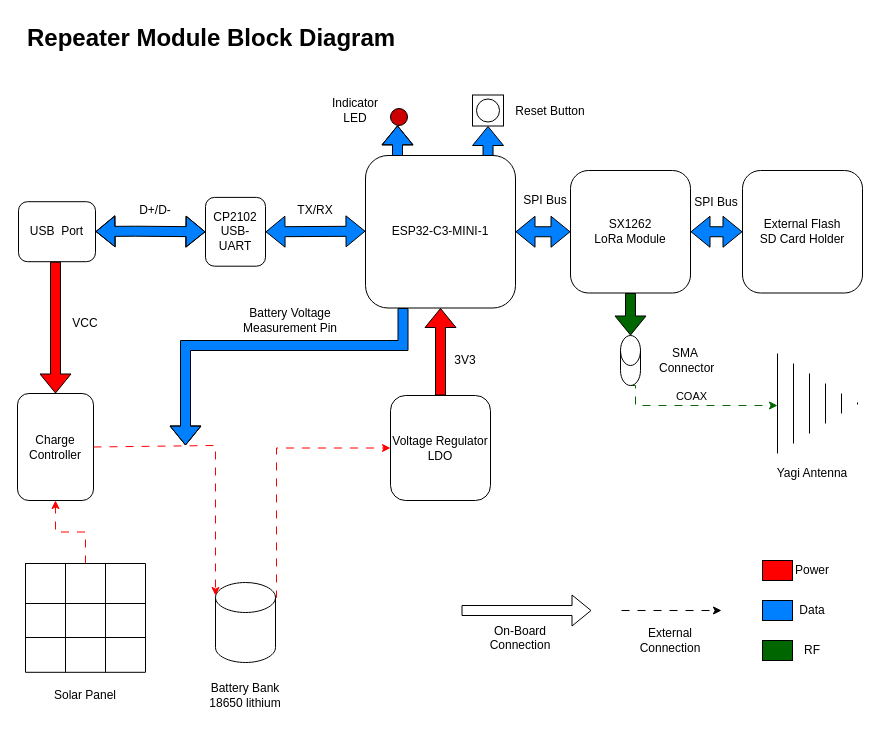
This is PCB References/RepeaterModuleBlock.drawio from flora-comms/flora-hardware, a draw.io file, before an edit. Source tidied: cells renumbered, new cells numbered last; positions are measured from the earlier drawing's top-left corner, leaving out a move shared by most shapes. Both pictures are drawn from the tidied source at 100%, with x=0, y=0 at pixel (17, 17).
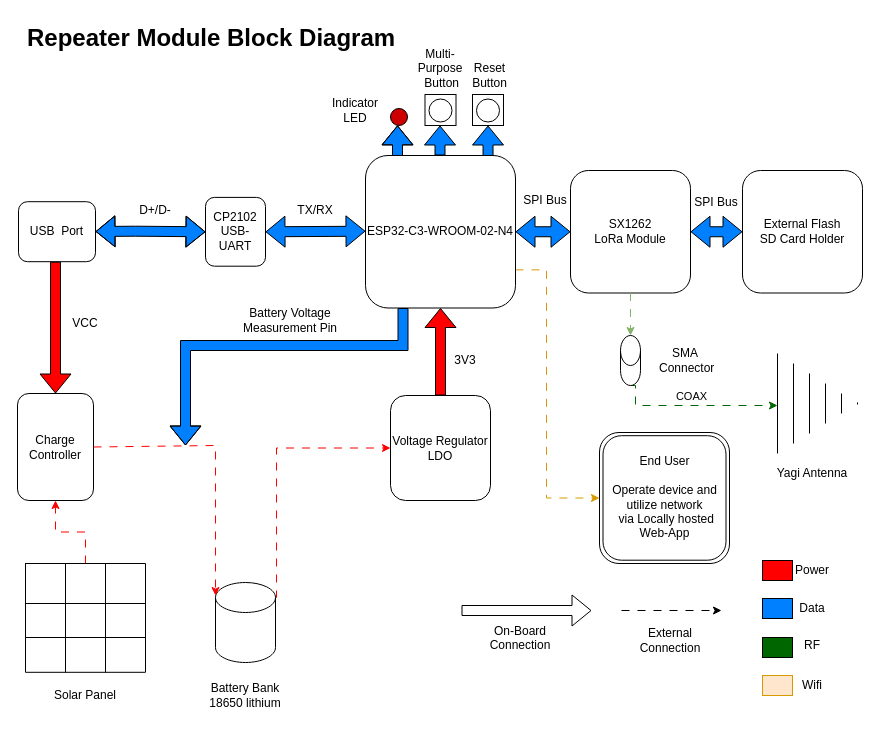
After the change.

Unchanged cells that the change refers to:
```xml
<mxCell id="9" value="SX1262&lt;div&gt;LoRa Module&lt;/div&gt;" style="rounded=1;whiteSpace=wrap;html=1;" parent="1" vertex="1">
  <mxGeometry x="553" y="153" width="120" height="122.5" as="geometry" />
</mxCell>
<mxCell id="45" style="shape=cylinder3;whiteSpace=wrap;html=1;boundedLbl=1;backgroundOutline=1;size=15;" parent="1" vertex="1">
  <mxGeometry x="603" y="318" width="20" height="50" as="geometry" />
</mxCell>
```

Diff of the diagram source:
```diff
@@
+    <mxCell id="67" style="edgeStyle=orthogonalEdgeStyle;rounded=0;jettySize=auto;html=1;exitX=1;exitY=0.75;exitDx=0;exitDy=0;entryX=0;entryY=0.5;entryDx=0;entryDy=0;dashed=1;dashPattern=8 8;fillColor=#ffe6cc;strokeColor=#d79b00;" parent="1" edge="1" source="7" target="72">
+      <mxGeometry relative="1" as="geometry">
+        <Array as="points">
+          <mxPoint x="529" y="252" />
+          <mxPoint x="529" y="481" />
+        </Array>
+      </mxGeometry>
+    </mxCell>
-    <mxCell id="7" value="ESP32-C3-MINI-1" style="rounded=1;whiteSpace=wrap;html=1;" parent="1" vertex="1">
+    <mxCell id="7" value="ESP32-C3-WROOM-02-N4" style="rounded=1;whiteSpace=wrap;html=1;" parent="1" vertex="1">
       <mxGeometry x="348" y="138" width="150" height="152.5" as="geometry" />
     </mxCell>
@@
-    <mxCell id="48" style="edgeStyle=orthogonalEdgeStyle;rounded=0;jettySize=auto;html=1;exitX=0.5;exitY=1;exitDx=0;exitDy=0;entryX=0.5;entryY=0;entryDx=0;entryDy=0;entryPerimeter=0;shape=flexArrow;fillColor=#006600;" parent="1" edge="1" source="9" target="45">
+    <mxCell id="48" style="edgeStyle=orthogonalEdgeStyle;rounded=0;jettySize=auto;html=1;exitX=0.5;exitY=1;exitDx=0;exitDy=0;entryX=0.5;entryY=0;entryDx=0;entryDy=0;entryPerimeter=0;fillColor=#d5e8d4;dashed=1;dashPattern=8 8;strokeColor=#82b366;" parent="1" edge="1" source="9" target="45">
       <mxGeometry relative="1" as="geometry" />
     </mxCell>
@@
     <mxCell id="58" style="rounded=0;whiteSpace=wrap;html=1;fillColor=#007FFF;" parent="1" vertex="1">
-      <mxGeometry x="745" y="583" width="30" height="20" as="geometry" />
+      <mxGeometry x="745" y="581" width="30" height="20" as="geometry" />
     </mxCell>
     <mxCell id="59" style="rounded=0;whiteSpace=wrap;html=1;fillColor=#006600;" parent="1" vertex="1">
-      <mxGeometry x="745" y="623" width="30" height="20" as="geometry" />
+      <mxGeometry x="745" y="620" width="30" height="20" as="geometry" />
     </mxCell>
@@
     <mxCell id="61" value="Data" style="text;html=1;align=center;verticalAlign=middle;whiteSpace=wrap;rounded=0;" parent="1" vertex="1">
-      <mxGeometry x="765" y="578" width="60" height="30" as="geometry" />
+      <mxGeometry x="765" y="576" width="60" height="30" as="geometry" />
     </mxCell>
     <mxCell id="62" value="RF" style="text;html=1;align=center;verticalAlign=middle;whiteSpace=wrap;rounded=0;" parent="1" vertex="1">
-      <mxGeometry x="765" y="618" width="60" height="30" as="geometry" />
+      <mxGeometry x="765" y="613" width="60" height="30" as="geometry" />
     </mxCell>
@@
     <mxCell id="64" style="whiteSpace=wrap;html=1;" parent="1" vertex="1">
-      <mxGeometry x="455" y="77.5" width="31" height="31" as="geometry" />
+      <mxGeometry x="455" y="77" width="31" height="31" as="geometry" />
     </mxCell>
@@
-    <mxCell id="66" value="Reset Button" style="text;html=1;align=center;verticalAlign=middle;whiteSpace=wrap;rounded=0;" parent="1" vertex="1">
-      <mxGeometry x="488" y="78.5" width="90" height="30" as="geometry" />
+    <mxCell id="66" value="Multi-Purpose&lt;div&gt;&lt;div&gt;&lt;div&gt;&amp;nbsp;Button&lt;/div&gt;&lt;/div&gt;&lt;/div&gt;" style="text;html=1;align=center;verticalAlign=middle;whiteSpace=wrap;rounded=0;" parent="1" vertex="1">
+      <mxGeometry x="390" y="32" width="66" height="37" as="geometry" />
     </mxCell>
+    <mxCell id="68" style="whiteSpace=wrap;html=1;" parent="1" vertex="1">
+      <mxGeometry x="407.5" y="77" width="31" height="31" as="geometry" />
+    </mxCell>
+    <mxCell id="69" style="ellipse;whiteSpace=wrap;html=1;" parent="1" vertex="1">
+      <mxGeometry x="411.5" y="81.5" width="23" height="23" as="geometry" />
+    </mxCell>
+    <mxCell id="70" style="edgeStyle=orthogonalEdgeStyle;rounded=0;orthogonalLoop=1;jettySize=auto;html=1;exitX=0.817;exitY=0.007;exitDx=0;exitDy=0;entryX=0.5;entryY=1;entryDx=0;entryDy=0;shape=flexArrow;exitPerimeter=0;fillColor=#007FFF;" parent="1" edge="1">
+      <mxGeometry relative="1" as="geometry">
+        <mxPoint x="422.5" y="138" as="sourcePoint" />
+        <mxPoint x="422.5" y="108" as="targetPoint" />
+      </mxGeometry>
+    </mxCell>
+    <mxCell id="71" value="Reset Button" style="text;html=1;align=center;verticalAlign=middle;whiteSpace=wrap;rounded=0;" parent="1" vertex="1">
+      <mxGeometry x="438.5" y="47" width="67" height="22" as="geometry" />
+    </mxCell>
+    <mxCell id="72" style="rounded=1;whiteSpace=wrap;html=1;" parent="1" vertex="1">
+      <mxGeometry x="582" y="415" width="130" height="131" as="geometry" />
+    </mxCell>
+    <mxCell id="73" style="rounded=0;whiteSpace=wrap;html=1;fillColor=#ffe6cc;strokeColor=#d79b00;" parent="1" vertex="1">
+      <mxGeometry x="745" y="658" width="30" height="20" as="geometry" />
+    </mxCell>
+    <mxCell id="74" value="Wifi" style="text;html=1;align=center;verticalAlign=middle;whiteSpace=wrap;rounded=0;" parent="1" vertex="1">
+      <mxGeometry x="765" y="653" width="60" height="30" as="geometry" />
+    </mxCell>
+    <mxCell id="75" value="End User&lt;div&gt;&lt;br&gt;&lt;div&gt;Operate device and utilize network&lt;/div&gt;&lt;div&gt;&amp;nbsp;via Locally hosted Web-App&lt;/div&gt;&lt;/div&gt;" style="rounded=1;whiteSpace=wrap;html=1;" parent="1" vertex="1">
+      <mxGeometry x="585.5" y="418.2" width="123" height="124.5" as="geometry" />
+    </mxCell>
```
